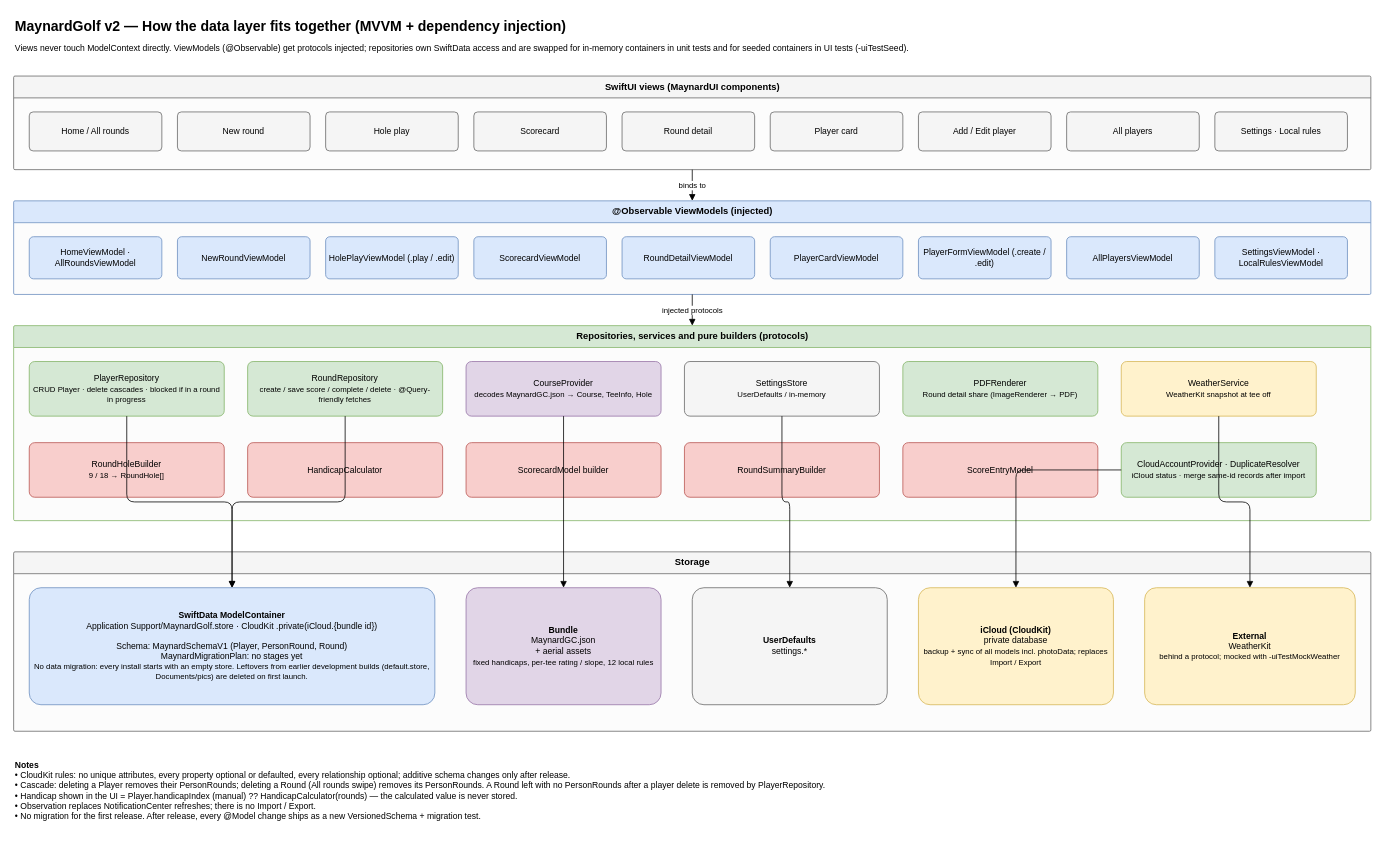
This is page "How it fits (layers)" (2 of 2) of docs/data-model.drawio from tassinari/MaynardGolf, a draw.io file, before an edit. Source tidied: cells renumbered, new cells numbered last; positions are measured from the earlier drawing's top-left corner, leaving out a move shared by most shapes. Both pictures are drawn from the tidied source at 78%, with x=0, y=0 at pixel (13, 13).
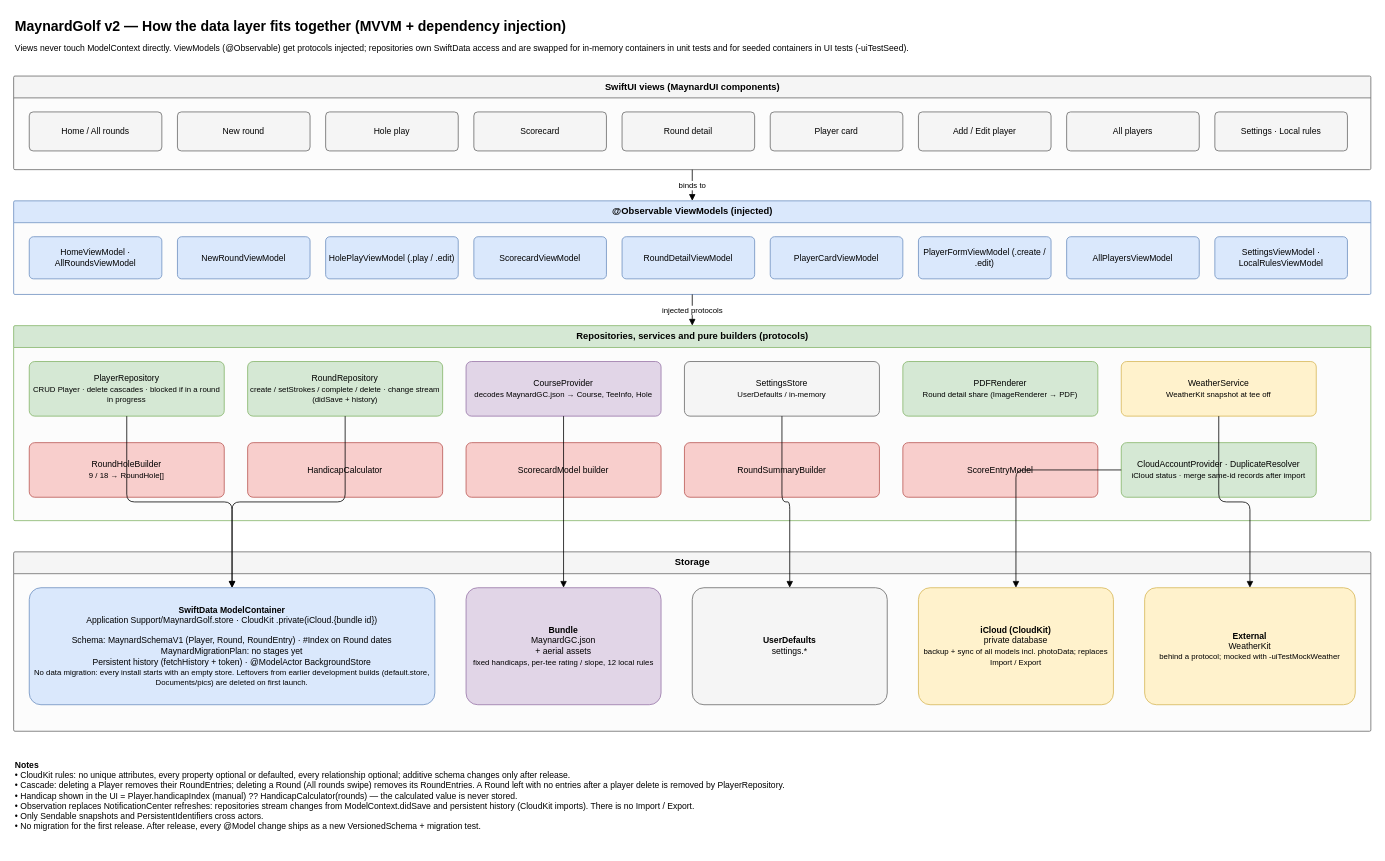
The same diagram, later.

Commit message (it also covers changes not shown here):
docs: redesign the data model without v1 constraints

The change refers to these unchanged cells:
```xml
<mxCell id="24" value="Repositories, services and pure builders (protocols)" style="swimlane;html=1;startSize=28;fillColor=#d5e8d4;strokeColor=#82b366;fontStyle=1;swimlaneFillColor=#fcfcfc;rounded=1;arcSize=2;" parent="1" vertex="1">
  <mxGeometry y="400" width="1740" height="250" as="geometry" />
</mxCell>
<mxCell id="37" value="Storage" style="swimlane;html=1;startSize=28;fillColor=#f5f5f5;strokeColor=#666666;fontStyle=1;swimlaneFillColor=#fcfcfc;rounded=1;arcSize=2;" parent="1" vertex="1">
  <mxGeometry y="690" width="1740" height="230" as="geometry" />
</mxCell>
```

The edit, as a diff of the source:
```diff
@@
-    <mxCell id="26" value="RoundRepository&lt;br&gt;&lt;font style='font-size:10px'&gt;create / save score / complete / delete · @Query-friendly fetches&lt;/font&gt;" style="rounded=1;whiteSpace=wrap;html=1;fillColor=#d5e8d4;strokeColor=#82b366;fontSize=11;arcSize=10;" parent="24" vertex="1">
+    <mxCell id="26" value="RoundRepository&lt;br&gt;&lt;font style='font-size:10px'&gt;create / setStrokes / complete / delete · change stream (didSave + history)&lt;/font&gt;" style="rounded=1;whiteSpace=wrap;html=1;fillColor=#d5e8d4;strokeColor=#82b366;fontSize=11;arcSize=10;" parent="24" vertex="1">
       <mxGeometry x="300" y="46" width="250" height="70" as="geometry" />
     </mxCell>
@@
-    <mxCell id="38" value="&lt;b&gt;SwiftData ModelContainer&lt;/b&gt;&lt;br&gt;Application Support/MaynardGolf.store · CloudKit .private(iCloud.{bundle id})&lt;br&gt;&lt;br&gt;Schema: MaynardSchemaV1 (Player, PersonRound, Round)&lt;br&gt;MaynardMigrationPlan: no stages yet&lt;br&gt;&lt;font style='font-size:10px'&gt;No data migration: every install starts with an empty store. Leftovers from earlier development builds (default.store, Documents/pics) are deleted on first launch.&lt;/font&gt;" style="rounded=1;whiteSpace=wrap;html=1;fillColor=#dae8fc;strokeColor=#6c8ebf;fontSize=11;arcSize=10;" parent="37" vertex="1">
+    <mxCell id="38" value="&lt;b&gt;SwiftData ModelContainer&lt;/b&gt;&lt;br&gt;Application Support/MaynardGolf.store · CloudKit .private(iCloud.{bundle id})&lt;br&gt;&lt;br&gt;Schema: MaynardSchemaV1 (Player, Round, RoundEntry) · #Index on Round dates&lt;br&gt;MaynardMigrationPlan: no stages yet&lt;br&gt;Persistent history (fetchHistory + token) · @ModelActor BackgroundStore&lt;br&gt;&lt;font style='font-size:10px'&gt;No data migration: every install starts with an empty store. Leftovers from earlier development builds (default.store, Documents/pics) are deleted on first launch.&lt;/font&gt;" style="rounded=1;whiteSpace=wrap;html=1;fillColor=#dae8fc;strokeColor=#6c8ebf;fontSize=11;arcSize=10;" parent="37" vertex="1">
       <mxGeometry x="20" y="46" width="520" height="150" as="geometry" />
     </mxCell>
@@
-    <mxCell id="51" value="&lt;b&gt;Notes&lt;/b&gt;&lt;br&gt;• CloudKit rules: no unique attributes, every property optional or defaulted, every relationship optional; additive schema changes only after release.&lt;br&gt;• Cascade: deleting a Player removes their PersonRounds; deleting a Round (All rounds swipe) removes its PersonRounds. A Round left with no PersonRounds after a player delete is removed by PlayerRepository.&lt;br&gt;• Handicap shown in the UI = Player.handicapIndex (manual) ?? HandicapCalculator(rounds) — the calculated value is never stored.&lt;br&gt;• Observation replaces NotificationCenter refreshes; there is no Import / Export.&lt;br&gt;• No migration for the first release. After release, every @Model change ships as a new VersionedSchema + migration test." style="text;html=1;strokeColor=none;fillColor=none;align=left;verticalAlign=top;whiteSpace=wrap;fontSize=11;" parent="1" vertex="1">
+    <mxCell id="51" value="&lt;b&gt;Notes&lt;/b&gt;&lt;br&gt;• CloudKit rules: no unique attributes, every property optional or defaulted, every relationship optional; additive schema changes only after release.&lt;br&gt;• Cascade: deleting a Player removes their RoundEntries; deleting a Round (All rounds swipe) removes its RoundEntries. A Round left with no entries after a player delete is removed by PlayerRepository.&lt;br&gt;• Handicap shown in the UI = Player.handicapIndex (manual) ?? HandicapCalculator(rounds) — the calculated value is never stored.&lt;br&gt;• Observation replaces NotificationCenter refreshes: repositories stream changes from ModelContext.didSave and persistent history (CloudKit imports). There is no Import / Export.&lt;br&gt;• Only Sendable snapshots and PersistentIdentifiers cross actors.&lt;br&gt;• No migration for the first release. After release, every @Model change ships as a new VersionedSchema + migration test." style="text;html=1;strokeColor=none;fillColor=none;align=left;verticalAlign=top;whiteSpace=wrap;fontSize=11;" parent="1" vertex="1">
       <mxGeometry y="950" width="1740" height="120" as="geometry" />
     </mxCell>
```
